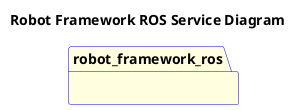
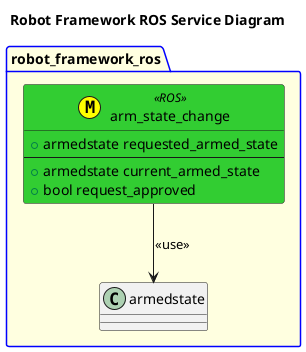
@startuml
title Robot Framework ROS Service Diagram
package robot_framework_ros #LightYellow;line:blue {
- 
+     class arm_state_change <<(M,#FFFF00)>> <<ROS>> #LimeGreen {
+         +armedstate requested_armed_state
+         ---
+         +armedstate current_armed_state
+         +bool request_approved
+     }
+     arm_state_change --> armedstate: <<use>>

}
@enduml